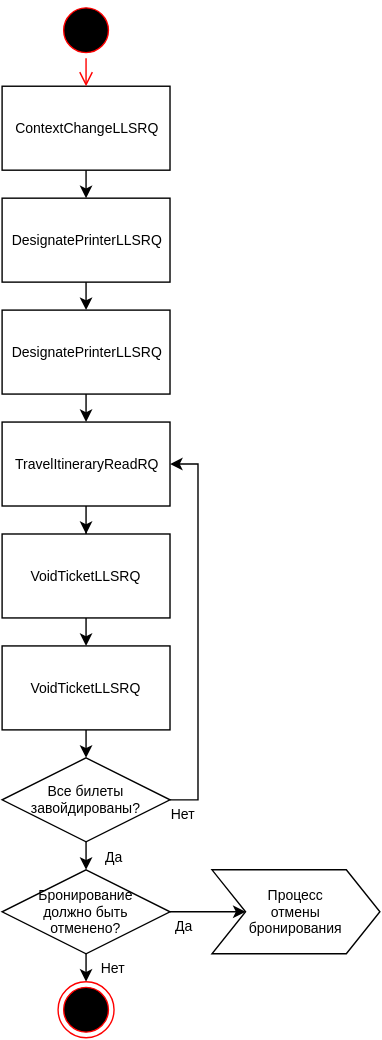
Before: assets/svg/Void Tickets/[RU]Void Tickets-0.svg, a diagram exported from draw.io (andreypolyak/sabre-apis-ru). Source tidied: cells renumbered, new cells last; positions are measured from the earlier drawing's top-left corner, leaving out a move shared by most shapes. Its diagram source:
```xml
<mxGraphModel background="#ffffff">
  <root>
    <mxCell id="0" />
    <mxCell id="1" parent="0" />
    <mxCell id="2" value="ContextChangeLLSRQ" style="whiteSpace=wrap;html=1;rounded=0;fontSize=10;" parent="1" vertex="1">
      <mxGeometry y="60" width="120" height="60" as="geometry" />
    </mxCell>
    <mxCell id="3" style="edgeStyle=orthogonalEdgeStyle;rounded=0;html=1;exitX=0.5;exitY=1;entryX=0.5;entryY=0;jettySize=auto;orthogonalLoop=1;fontSize=10;" parent="1" edge="1">
      <mxGeometry x="590" y="1390" as="geometry">
        <mxPoint x="60" y="120" as="sourcePoint" />
        <mxPoint x="60" y="140" as="targetPoint" />
      </mxGeometry>
    </mxCell>
    <mxCell id="4" style="edgeStyle=orthogonalEdgeStyle;rounded=0;html=1;exitX=0.5;exitY=1;jettySize=auto;fontSize=10;" parent="1" edge="1" source="5" target="11">
      <mxGeometry relative="1" as="geometry" />
    </mxCell>
    <mxCell id="5" value="TravelItineraryReadRQ" style="whiteSpace=wrap;html=1;rounded=0;fontSize=10;" parent="1" vertex="1">
      <mxGeometry y="300" width="120" height="60" as="geometry" />
    </mxCell>
    <mxCell id="6" style="edgeStyle=orthogonalEdgeStyle;rounded=0;html=1;exitX=0.5;exitY=1;entryX=0.5;entryY=0;jettySize=auto;fontSize=10;" parent="1" edge="1" source="7" target="9">
      <mxGeometry x="590" y="1470" as="geometry" />
    </mxCell>
    <mxCell id="7" value="DesignatePrinterLLSRQ" style="whiteSpace=wrap;html=1;rounded=0;fontSize=10;" parent="1" vertex="1">
      <mxGeometry y="140" width="120" height="60" as="geometry" />
    </mxCell>
    <mxCell id="8" style="edgeStyle=orthogonalEdgeStyle;rounded=0;html=1;exitX=0.5;exitY=1;entryX=0.5;entryY=0;jettySize=auto;fontSize=10;" parent="1" edge="1" source="9">
      <mxGeometry x="590" y="1550" as="geometry">
        <mxPoint x="60" y="300" as="targetPoint" />
      </mxGeometry>
    </mxCell>
    <mxCell id="9" value="DesignatePrinterLLSRQ" style="whiteSpace=wrap;html=1;rounded=0;fontSize=10;" parent="1" vertex="1">
      <mxGeometry y="220" width="120" height="60" as="geometry" />
    </mxCell>
    <mxCell id="10" style="edgeStyle=orthogonalEdgeStyle;rounded=0;html=1;exitX=0.5;exitY=1;entryX=0.5;entryY=0;jettySize=auto;fontSize=10;" parent="1" edge="1" source="11" target="12">
      <mxGeometry x="590" y="1710" as="geometry" />
    </mxCell>
    <mxCell id="11" value="VoidTicketLLSRQ" style="whiteSpace=wrap;html=1;rounded=0;fontSize=10;" parent="1" vertex="1">
      <mxGeometry y="380" width="120" height="60" as="geometry" />
    </mxCell>
    <mxCell id="12" value="VoidTicketLLSRQ" style="whiteSpace=wrap;html=1;rounded=0;fontSize=10;" parent="1" vertex="1">
      <mxGeometry y="460" width="120" height="60" as="geometry" />
    </mxCell>
    <mxCell id="13" style="edgeStyle=orthogonalEdgeStyle;rounded=0;html=1;exitX=0.5;exitY=1;entryX=0.5;entryY=0;jettySize=auto;fontSize=10;" parent="1" edge="1" target="17">
      <mxGeometry x="590" y="1790" as="geometry">
        <mxPoint x="60" y="520" as="sourcePoint" />
      </mxGeometry>
    </mxCell>
    <mxCell id="14" style="edgeStyle=orthogonalEdgeStyle;rounded=0;html=1;exitX=0.5;exitY=1;entryX=0.5;entryY=0;entryPerimeter=0;jettySize=auto;fontSize=10;" parent="1" edge="1" source="17">
      <mxGeometry x="590" y="1870" as="geometry">
        <mxPoint x="60" y="620" as="targetPoint" />
      </mxGeometry>
    </mxCell>
    <mxCell id="15" value="Да" style="text;html=1;align=center;verticalAlign=middle;labelBackgroundColor=#ffffff;fontSize=10;" parent="14" vertex="1">
      <mxGeometry x="-0.1" y="-1" relative="1" as="geometry">
        <mxPoint x="21" y="1" as="offset" />
      </mxGeometry>
    </mxCell>
    <mxCell id="16" value="Нет" style="edgeStyle=orthogonalEdgeStyle;rounded=0;html=1;exitX=1;exitY=0.5;entryX=1;entryY=0.5;jettySize=auto;fontSize=10;" parent="1" edge="1" source="17" target="5">
      <mxGeometry as="geometry">
        <Array as="points">
          <mxPoint x="140" y="570" />
          <mxPoint x="140" y="330" />
        </Array>
        <mxPoint x="10" y="130" as="offset" />
      </mxGeometry>
    </mxCell>
    <mxCell id="17" value="Все билеты&lt;div&gt;завойдированы?&lt;/div&gt;" style="rhombus;whiteSpace=wrap;html=1;rounded=0;fontSize=10;" parent="1" vertex="1">
      <mxGeometry y="540" width="120" height="60" as="geometry" />
    </mxCell>
    <mxCell id="18" value="Да" style="edgeStyle=orthogonalEdgeStyle;rounded=0;html=1;exitX=1;exitY=0.5;entryX=0.2;entryY=0.5;entryPerimeter=0;jettySize=auto;fontSize=10;" parent="1" edge="1" source="20" target="21">
      <mxGeometry x="-0.19" y="-10" relative="1" as="geometry" />
    </mxCell>
    <mxCell id="19" value="Нет" style="edgeStyle=orthogonalEdgeStyle;rounded=0;html=1;exitX=0.5;exitY=1;entryX=0.5;entryY=0;entryPerimeter=0;jettySize=auto;fontSize=10;" parent="1" edge="1" source="20">
      <mxGeometry y="20" relative="1" as="geometry">
        <mxPoint x="60" y="700" as="targetPoint" />
      </mxGeometry>
    </mxCell>
    <mxCell id="20" value="Бронирование&lt;div&gt;должно быть&lt;/div&gt;&lt;div&gt;отменено?&lt;/div&gt;" style="rhombus;whiteSpace=wrap;html=1;rounded=0;fontSize=10;" parent="1" vertex="1">
      <mxGeometry y="620" width="120" height="60" as="geometry" />
    </mxCell>
    <mxCell id="21" value="&lt;div style=&quot;text-align: center&quot;&gt;Процесс&lt;/div&gt;&lt;div style=&quot;text-align: center&quot;&gt;отмены&lt;/div&gt;&lt;div style=&quot;text-align: center&quot;&gt;бронирования&lt;/div&gt;" style="shape=step;whiteSpace=wrap;html=1;rounded=0;fontSize=10;align=center;" parent="1" vertex="1">
      <mxGeometry x="150" y="620" width="120" height="60" as="geometry" />
    </mxCell>
    <mxCell id="22" style="ellipse;html=1;shape=endState;fillColor=#000000;strokeColor=#ff0000;rounded=0;fontSize=10;align=center;" parent="1" vertex="1">
      <mxGeometry x="40" y="700" width="40" height="40" as="geometry" />
    </mxCell>
    <mxCell id="23" style="ellipse;html=1;shape=startState;fillColor=#000000;strokeColor=#ff0000;rounded=0;fontSize=10;align=center;" parent="1" vertex="1">
      <mxGeometry x="40" width="40" height="40" as="geometry" />
    </mxCell>
    <mxCell id="24" style="edgeStyle=orthogonalEdgeStyle;html=1;verticalAlign=bottom;endArrow=open;endSize=8;strokeColor=#ff0000;fontSize=10;" parent="1" edge="1" source="23">
      <mxGeometry x="590" y="1310" as="geometry">
        <mxPoint x="60" y="60" as="targetPoint" />
      </mxGeometry>
    </mxCell>
  </root>
</mxGraphModel>
```
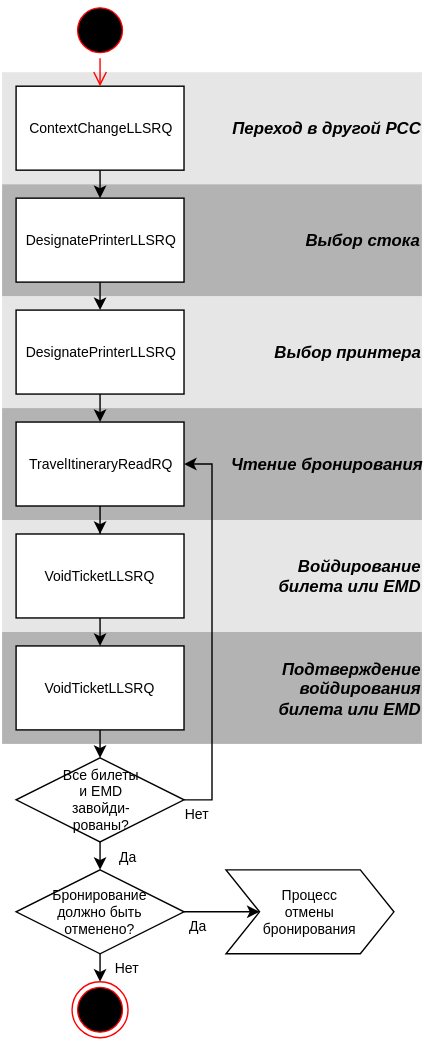
After the change.

Diff of the diagram source:
```diff
@@ -2,6 +2,24 @@
   <root>
     <mxCell id="0" />
     <mxCell id="1" parent="0" />
+    <mxCell id="25" value="&lt;div style=&quot;text-align: right&quot;&gt;&lt;span&gt;&lt;b&gt;&lt;i&gt;&lt;font style=&quot;font-size: 12px&quot;&gt;Подтверждение&lt;/font&gt;&lt;/i&gt;&lt;/b&gt;&lt;/span&gt;&lt;/div&gt;&lt;div style=&quot;text-align: right&quot;&gt;&lt;span&gt;&lt;b&gt;&lt;i&gt;&lt;font style=&quot;font-size: 12px&quot;&gt;войдирования&lt;/font&gt;&lt;/i&gt;&lt;/b&gt;&lt;/span&gt;&lt;/div&gt;&lt;div style=&quot;text-align: right&quot;&gt;&lt;span&gt;&lt;b&gt;&lt;i&gt;&lt;font style=&quot;font-size: 12px&quot;&gt;билета или EMD&lt;/font&gt;&lt;/i&gt;&lt;/b&gt;&lt;/span&gt;&lt;br&gt;&lt;/div&gt;" style="whiteSpace=wrap;html=1;fillColor=#B3B3B3;fontSize=10;strokeColor=none;align=right;gradientColor=none;" parent="1" vertex="1">
+      <mxGeometry x="-10" y="450" width="300" height="80" as="geometry" />
+    </mxCell>
+    <mxCell id="26" value="&lt;div style=&quot;text-align: right&quot;&gt;&lt;span&gt;&lt;b&gt;&lt;i&gt;&lt;font style=&quot;font-size: 12px&quot;&gt;Войдирование&lt;/font&gt;&lt;/i&gt;&lt;/b&gt;&lt;/span&gt;&lt;/div&gt;&lt;div style=&quot;text-align: right&quot;&gt;&lt;span&gt;&lt;b&gt;&lt;i&gt;&lt;font style=&quot;font-size: 12px&quot;&gt;билета или EMD&lt;/font&gt;&lt;/i&gt;&lt;/b&gt;&lt;/span&gt;&lt;br&gt;&lt;/div&gt;" style="whiteSpace=wrap;html=1;fillColor=#E6E6E6;fontSize=10;strokeColor=none;align=right;gradientColor=none;" parent="1" vertex="1">
+      <mxGeometry x="-10" y="370" width="300" height="80" as="geometry" />
+    </mxCell>
+    <mxCell id="27" value="&lt;div style=&quot;text-align: right&quot;&gt;&lt;span&gt;&lt;b&gt;&lt;i&gt;&lt;font style=&quot;font-size: 12px&quot;&gt;Чтение бронирования&lt;/font&gt;&lt;/i&gt;&lt;/b&gt;&lt;/span&gt;&lt;br&gt;&lt;/div&gt;" style="whiteSpace=wrap;html=1;fillColor=#B3B3B3;fontSize=10;strokeColor=none;align=right;gradientColor=none;" parent="1" vertex="1">
+      <mxGeometry x="-10" y="290" width="300" height="80" as="geometry" />
+    </mxCell>
+    <mxCell id="28" value="&lt;div style=&quot;text-align: right&quot;&gt;&lt;span&gt;&lt;b&gt;&lt;i&gt;&lt;font style=&quot;font-size: 12px&quot;&gt;Выбор принтера&lt;/font&gt;&lt;/i&gt;&lt;/b&gt;&lt;/span&gt;&lt;br&gt;&lt;/div&gt;" style="whiteSpace=wrap;html=1;fillColor=#E6E6E6;fontSize=10;strokeColor=none;align=right;gradientColor=none;" parent="1" vertex="1">
+      <mxGeometry x="-10" y="210" width="300" height="80" as="geometry" />
+    </mxCell>
+    <mxCell id="29" value="&lt;div style=&quot;text-align: right&quot;&gt;&lt;span&gt;&lt;b&gt;&lt;i&gt;&lt;font style=&quot;font-size: 12px&quot;&gt;Выбор стока&lt;/font&gt;&lt;/i&gt;&lt;/b&gt;&lt;/span&gt;&lt;br&gt;&lt;/div&gt;" style="whiteSpace=wrap;html=1;fillColor=#B3B3B3;fontSize=10;strokeColor=none;align=right;gradientColor=none;" parent="1" vertex="1">
+      <mxGeometry x="-10" y="130" width="300" height="80" as="geometry" />
+    </mxCell>
+    <mxCell id="30" value="&lt;div style=&quot;text-align: right&quot;&gt;&lt;span&gt;&lt;b&gt;&lt;i&gt;&lt;font style=&quot;font-size: 12px&quot;&gt;Переход в другой PCC&lt;/font&gt;&lt;/i&gt;&lt;/b&gt;&lt;/span&gt;&lt;br&gt;&lt;/div&gt;" style="whiteSpace=wrap;html=1;fillColor=#E6E6E6;fontSize=10;strokeColor=none;align=right;gradientColor=none;" parent="1" vertex="1">
+      <mxGeometry x="-10" y="50" width="300" height="80" as="geometry" />
+    </mxCell>
     <mxCell id="2" value="ContextChangeLLSRQ" style="whiteSpace=wrap;html=1;rounded=0;fontSize=10;" parent="1" vertex="1">
       <mxGeometry y="60" width="120" height="60" as="geometry" />
     </mxCell>
@@ -64,7 +82,7 @@
         <mxPoint x="10" y="130" as="offset" />
       </mxGeometry>
     </mxCell>
-    <mxCell id="17" value="Все билеты&lt;div&gt;завойдированы?&lt;/div&gt;" style="rhombus;whiteSpace=wrap;html=1;rounded=0;fontSize=10;" parent="1" vertex="1">
+    <mxCell id="17" value="Все билеты&lt;div&gt;и EMD&lt;br&gt;&lt;div&gt;завойди-&lt;/div&gt;&lt;div&gt;рованы?&lt;/div&gt;&lt;/div&gt;" style="rhombus;whiteSpace=wrap;html=1;rounded=0;fontSize=10;" parent="1" vertex="1">
       <mxGeometry y="540" width="120" height="60" as="geometry" />
     </mxCell>
     <mxCell id="18" value="Да" style="edgeStyle=orthogonalEdgeStyle;rounded=0;html=1;exitX=1;exitY=0.5;entryX=0.2;entryY=0.5;entryPerimeter=0;jettySize=auto;fontSize=10;" parent="1" edge="1" source="20" target="21">
```
